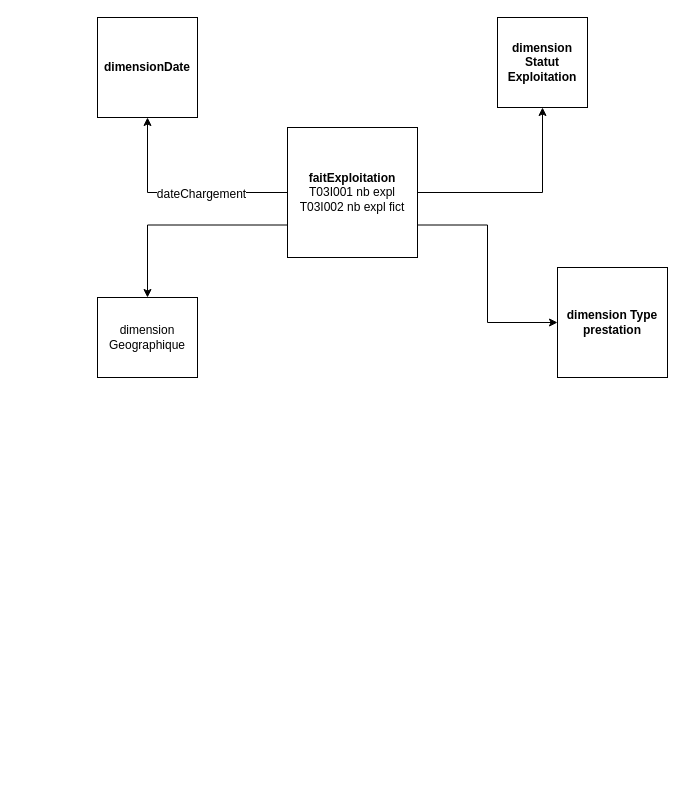
Above: magasinT03.drawio in matthCarlini/model (draw.io), before the change. Source tidied: cells renumbered, new cells numbered last; positions are measured from the earlier drawing's top-left corner, leaving out a move shared by most shapes. Both pictures are drawn from the tidied source at 100%, with x=0, y=0 at pixel (97, 17).
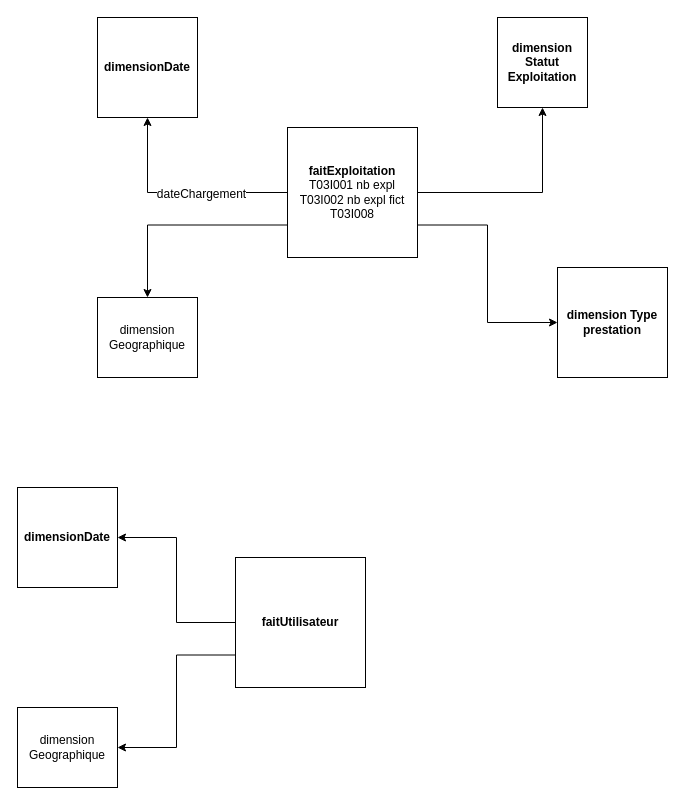
After the change.

Diff of the diagram source:
```diff
@@
 <mxGraphModel>
   <root>
     <mxCell id="0" />
     <mxCell id="1" parent="0" />
     <mxCell id="2" style="edgeStyle=orthogonalEdgeStyle;rounded=0;jettySize=auto;html=1;exitX=0;exitY=0.5;exitDx=0;exitDy=0;entryX=0.5;entryY=1;entryDx=0;entryDy=0;" parent="1" edge="1" source="7" target="8">
       <mxGeometry relative="1" as="geometry" />
     </mxCell>
     <mxCell id="3" value="dateChargement" style="text;html=1;align=center;verticalAlign=middle;labelBackgroundColor=#ffffff;" parent="2" vertex="1">
       <mxGeometry x="-0.19" y="1" relative="1" as="geometry" />
     </mxCell>
     <mxCell id="4" style="edgeStyle=orthogonalEdgeStyle;rounded=0;jettySize=auto;html=1;exitX=1;exitY=0.5;exitDx=0;exitDy=0;entryX=0.5;entryY=1;entryDx=0;entryDy=0;" parent="1" edge="1" source="7" target="9">
       <mxGeometry relative="1" as="geometry" />
     </mxCell>
     <mxCell id="5" style="edgeStyle=orthogonalEdgeStyle;rounded=0;jettySize=auto;html=1;exitX=0;exitY=0.75;exitDx=0;exitDy=0;entryX=0.5;entryY=0;entryDx=0;entryDy=0;" parent="1" edge="1" source="7" target="10">
       <mxGeometry relative="1" as="geometry" />
     </mxCell>
     <mxCell id="6" style="edgeStyle=orthogonalEdgeStyle;rounded=0;jettySize=auto;html=1;exitX=1;exitY=0.75;exitDx=0;exitDy=0;entryX=0;entryY=0.5;entryDx=0;entryDy=0;" parent="1" edge="1" source="7" target="11">
       <mxGeometry relative="1" as="geometry" />
     </mxCell>
-    <mxCell id="7" value="&lt;div&gt;&lt;b&gt;faitExploitation&lt;/b&gt;&lt;/div&gt;&lt;div&gt;T03I001 nb expl&lt;br&gt;&lt;/div&gt;&lt;div&gt;T03I002 nb expl fict&lt;br&gt;&lt;/div&gt;" style="whiteSpace=wrap;html=1;" parent="1" vertex="1">
+    <mxCell id="7" value="&lt;div&gt;&lt;b&gt;faitExploitation&lt;/b&gt;&lt;/div&gt;&lt;div&gt;T03I001 nb expl&lt;br&gt;&lt;/div&gt;&lt;div&gt;T03I002 nb expl fict&lt;br&gt;&lt;/div&gt;&lt;div&gt;T03I008&lt;br&gt;&lt;/div&gt;" style="whiteSpace=wrap;html=1;" parent="1" vertex="1">
       <mxGeometry x="190" y="110" width="130" height="130" as="geometry" />
     </mxCell>
     <mxCell id="8" value="&lt;b&gt;dimensionDate&lt;/b&gt;" style="whiteSpace=wrap;html=1;" parent="1" vertex="1">
       <mxGeometry width="100" height="100" as="geometry" />
     </mxCell>
     <mxCell id="9" value="&lt;div&gt;&lt;b&gt;dimension&lt;/b&gt;&lt;/div&gt;&lt;div&gt;&lt;b&gt;Statut&lt;/b&gt;&lt;/div&gt;&lt;div&gt;&lt;b&gt;Exploitation&lt;/b&gt;&lt;/div&gt;" style="whiteSpace=wrap;html=1;" parent="1" vertex="1">
       <mxGeometry x="400" width="90" height="90" as="geometry" />
     </mxCell>
     <mxCell id="10" value="&lt;div&gt;dimension&lt;/div&gt;&lt;div&gt;Geographique&lt;/div&gt;" style="rounded=0;whiteSpace=wrap;html=1;" parent="1" vertex="1">
       <mxGeometry y="280" width="100" height="80" as="geometry" />
     </mxCell>
     <mxCell id="11" value="&lt;div&gt;&lt;b&gt;dimension Type prestation&lt;br&gt;&lt;/b&gt;&lt;/div&gt;" style="whiteSpace=wrap;html=1;" parent="1" vertex="1">
       <mxGeometry x="460" y="250" width="110" height="110" as="geometry" />
     </mxCell>
+    <mxCell id="12" style="edgeStyle=orthogonalEdgeStyle;rounded=0;jettySize=auto;html=1;exitX=0;exitY=0.5;exitDx=0;exitDy=0;entryX=1;entryY=0.5;entryDx=0;entryDy=0;" parent="1" edge="1" source="14" target="15">
+      <mxGeometry relative="1" as="geometry" />
+    </mxCell>
+    <mxCell id="13" style="edgeStyle=orthogonalEdgeStyle;rounded=0;jettySize=auto;html=1;exitX=0;exitY=0.75;exitDx=0;exitDy=0;entryX=1;entryY=0.5;entryDx=0;entryDy=0;" parent="1" edge="1" source="14" target="16">
+      <mxGeometry relative="1" as="geometry" />
+    </mxCell>
+    <mxCell id="14" value="&lt;div&gt;&lt;b&gt;faitUtilisateur&lt;/b&gt;&lt;/div&gt;" style="whiteSpace=wrap;html=1;" parent="1" vertex="1">
+      <mxGeometry x="138" y="540" width="130" height="130" as="geometry" />
+    </mxCell>
+    <mxCell id="15" value="&lt;b&gt;dimensionDate&lt;/b&gt;" style="whiteSpace=wrap;html=1;" parent="1" vertex="1">
+      <mxGeometry x="-80" y="470" width="100" height="100" as="geometry" />
+    </mxCell>
+    <mxCell id="16" value="&lt;div&gt;dimension&lt;/div&gt;&lt;div&gt;Geographique&lt;/div&gt;" style="rounded=0;whiteSpace=wrap;html=1;" parent="1" vertex="1">
+      <mxGeometry x="-80" y="690" width="100" height="80" as="geometry" />
+    </mxCell>
   </root>
 </mxGraphModel>
```
